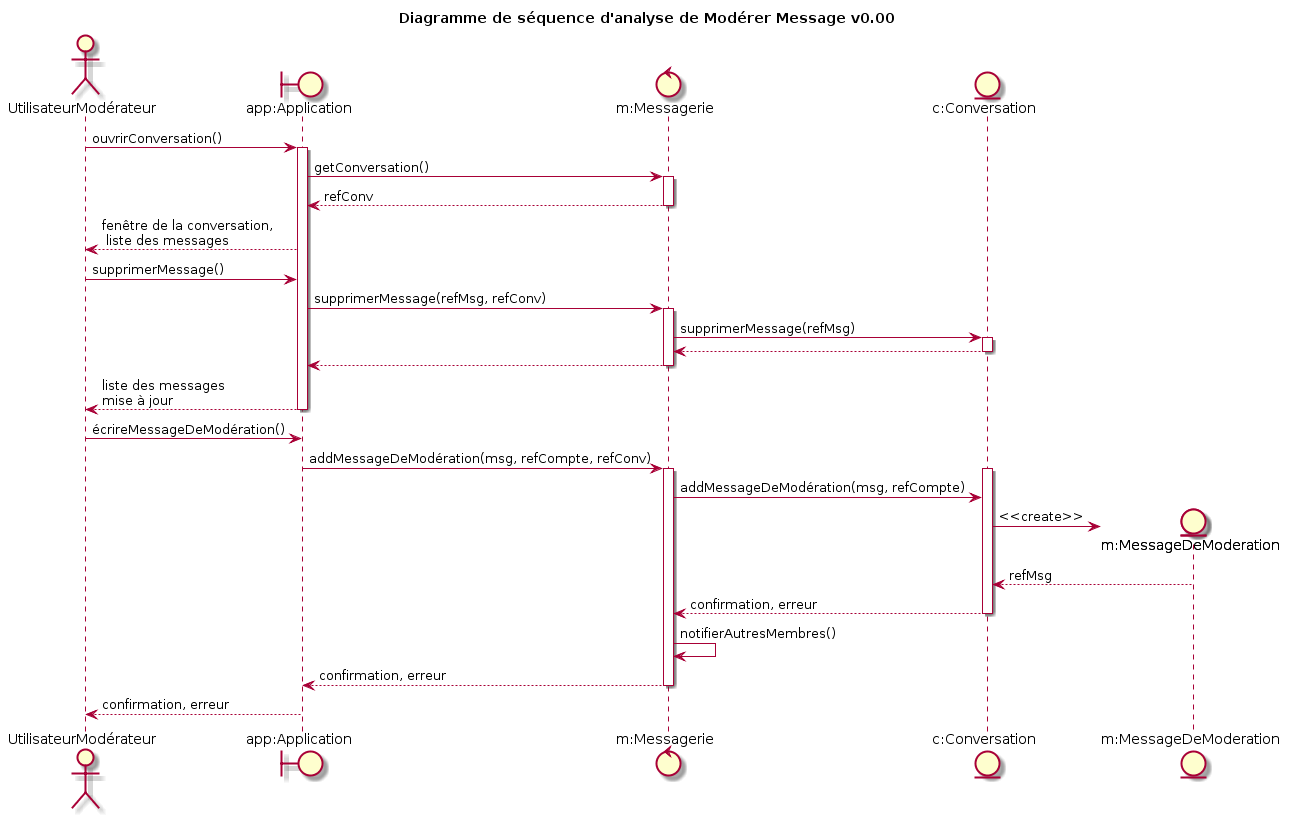
The PlantUML diagram DC/diagrammes/dsa-moderer.png in gdarchen/WhatsASI, before a commit.
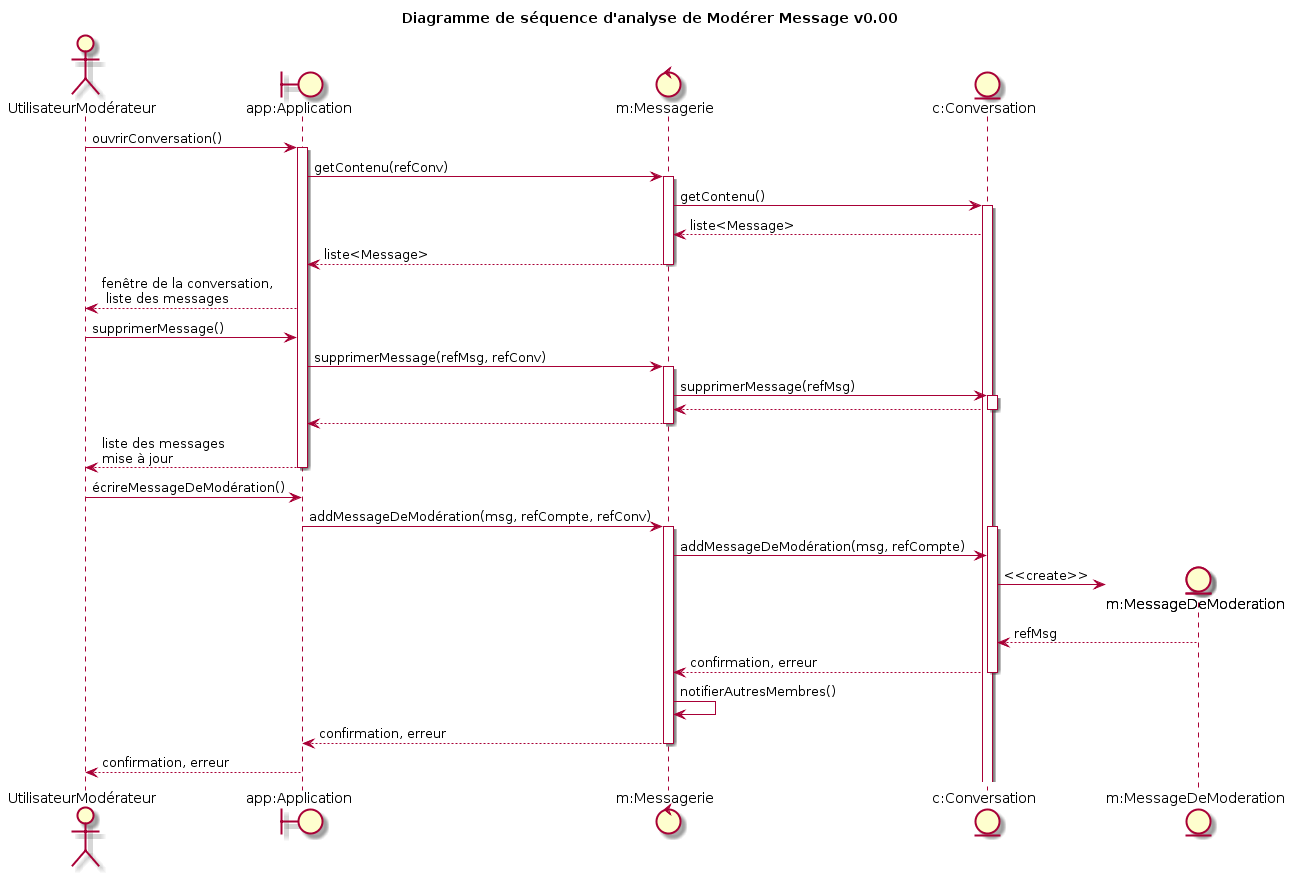
Later version of the same file.

Diff of the diagram source:
```diff
@@ -8,9 +8,12 @@
 
 H -> A : ouvrirConversation()
 activate A
-    A -> M : getConversation()
+    A -> M : getContenu(refConv)
     activate M
-    A <-- M : refConv
+    M -> C : getContenu()
+    activate C
+    M <-- C : liste<Message>
+    A <-- M : liste<Message>
     deactivate M
 H <-- A : fenêtre de la conversation,\n liste des messages
 H -> A : supprimerMessage()
```
